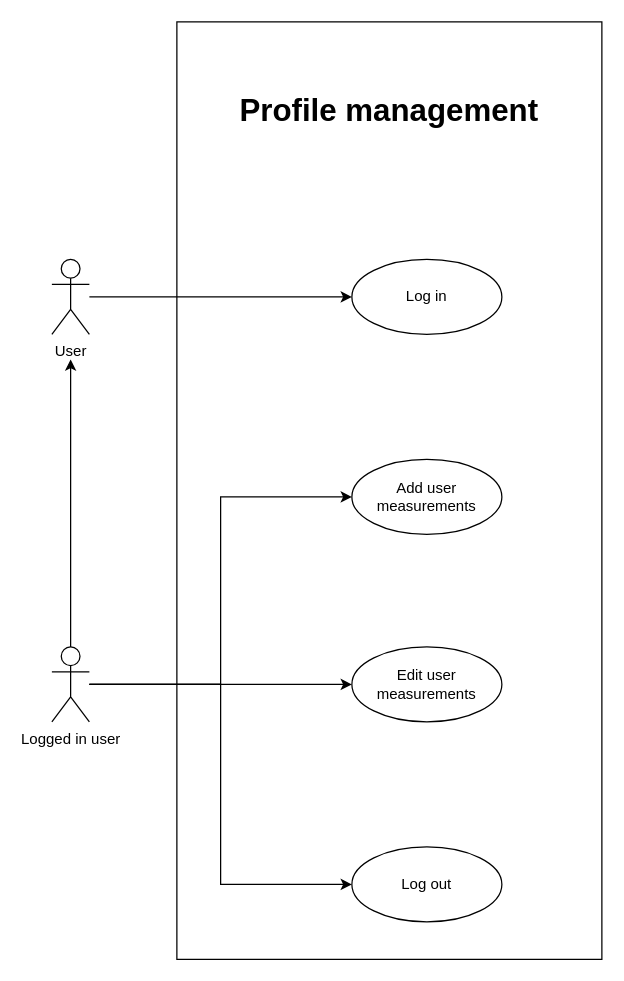
Earlier version of the draw.io diagram docs/diagrams/UCD-profile-management.drawio (gienon-fer/SeekFit). Source tidied: cells renumbered, new cells numbered last; positions are measured from the earlier drawing's top-left corner, leaving out a move shared by most shapes. Both pictures are drawn from the tidied source at 125%, with x=0, y=0 at pixel (51, 21).
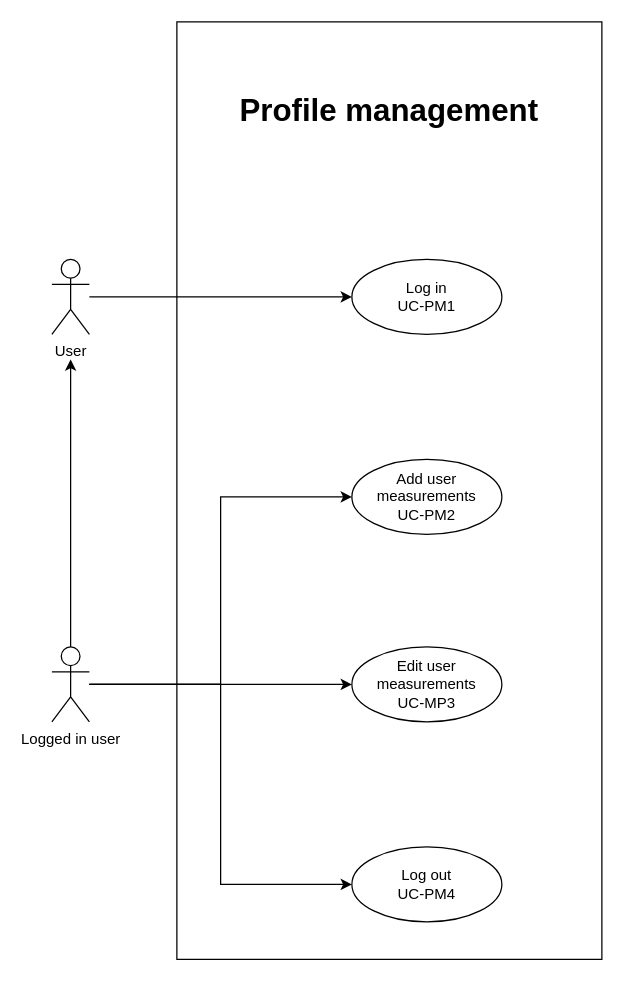
The same diagram, later.

Commit message:
Add use case id

The edit, as a diff of the source:
```diff
@@
 <mxGraphModel>
   <root>
     <mxCell id="0" />
     <mxCell id="1" parent="0" />
+    <mxCell id="13" style="rounded=0;whiteSpace=wrap;html=1;fillColor=none;" parent="1" vertex="1">
+      <mxGeometry x="100" width="340" height="750" as="geometry" />
+    </mxCell>
     <mxCell id="2" style="edgeStyle=orthogonalEdgeStyle;rounded=0;jettySize=auto;html=1;" parent="1" edge="1" source="3" target="9">
       <mxGeometry relative="1" as="geometry" />
     </mxCell>
     <mxCell id="3" value="User" style="shape=umlActor;verticalLabelPosition=bottom;verticalAlign=top;html=1;outlineConnect=0;fillColor=none;" parent="1" vertex="1">
       <mxGeometry y="190" width="30" height="60" as="geometry" />
     </mxCell>
     <mxCell id="4" style="edgeStyle=orthogonalEdgeStyle;rounded=0;jettySize=auto;html=1;labelBackgroundColor=none;" parent="1" edge="1" source="8">
       <mxGeometry relative="1" as="geometry">
         <mxPoint x="15" y="270" as="targetPoint" />
       </mxGeometry>
     </mxCell>
     <mxCell id="5" style="edgeStyle=orthogonalEdgeStyle;rounded=0;jettySize=auto;html=1;entryX=0;entryY=0.5;entryDx=0;entryDy=0;" parent="1" edge="1" source="8" target="10">
       <mxGeometry relative="1" as="geometry" />
     </mxCell>
     <mxCell id="6" style="edgeStyle=orthogonalEdgeStyle;rounded=0;jettySize=auto;html=1;entryX=0;entryY=0.5;entryDx=0;entryDy=0;" parent="1" edge="1" source="8" target="12">
       <mxGeometry relative="1" as="geometry" />
     </mxCell>
     <mxCell id="7" style="edgeStyle=orthogonalEdgeStyle;rounded=0;jettySize=auto;html=1;entryX=0;entryY=0.5;entryDx=0;entryDy=0;" parent="1" edge="1" source="8" target="11">
       <mxGeometry relative="1" as="geometry" />
     </mxCell>
     <mxCell id="8" value="Logged in user" style="shape=umlActor;verticalLabelPosition=bottom;verticalAlign=top;html=1;outlineConnect=0;fillColor=none;" parent="1" vertex="1">
       <mxGeometry y="500" width="30" height="60" as="geometry" />
     </mxCell>
-    <mxCell id="9" value="Log in" style="ellipse;whiteSpace=wrap;html=1;fillColor=none;" parent="1" vertex="1">
+    <mxCell id="9" value="Log in&lt;br&gt;UC-PM1" style="ellipse;whiteSpace=wrap;html=1;fillColor=none;" parent="1" vertex="1">
       <mxGeometry x="240" y="190" width="120" height="60" as="geometry" />
     </mxCell>
-    <mxCell id="10" value="Log out" style="ellipse;whiteSpace=wrap;html=1;fillColor=none;" parent="1" vertex="1">
+    <mxCell id="10" value="Log out&lt;br&gt;UC-PM4" style="ellipse;whiteSpace=wrap;html=1;fillColor=none;" parent="1" vertex="1">
       <mxGeometry x="240" y="660" width="120" height="60" as="geometry" />
     </mxCell>
-    <mxCell id="11" value="Add user measurements" style="ellipse;whiteSpace=wrap;html=1;fillColor=none;" parent="1" vertex="1">
+    <mxCell id="11" value="Add user measurements&lt;br&gt;UC-PM2" style="ellipse;whiteSpace=wrap;html=1;fillColor=none;" parent="1" vertex="1">
       <mxGeometry x="240" y="350" width="120" height="60" as="geometry" />
     </mxCell>
-    <mxCell id="12" value="Edit user measurements" style="ellipse;whiteSpace=wrap;html=1;fillColor=none;" parent="1" vertex="1">
+    <mxCell id="12" value="Edit user measurements&lt;br&gt;UC-MP3" style="ellipse;whiteSpace=wrap;html=1;fillColor=none;" parent="1" vertex="1">
       <mxGeometry x="240" y="500" width="120" height="60" as="geometry" />
     </mxCell>
-    <mxCell id="13" style="rounded=0;whiteSpace=wrap;html=1;fillColor=none;" parent="1" vertex="1">
-      <mxGeometry x="100" width="340" height="750" as="geometry" />
-    </mxCell>
     <mxCell id="14" value="&lt;b&gt;&lt;font style=&quot;font-size: 25px;&quot;&gt;Profile management&lt;/font&gt;&lt;/b&gt;" style="text;html=1;align=center;verticalAlign=middle;whiteSpace=wrap;rounded=0;" parent="1" vertex="1">
       <mxGeometry x="135" y="40" width="270" height="60" as="geometry" />
     </mxCell>
   </root>
 </mxGraphModel>
```
